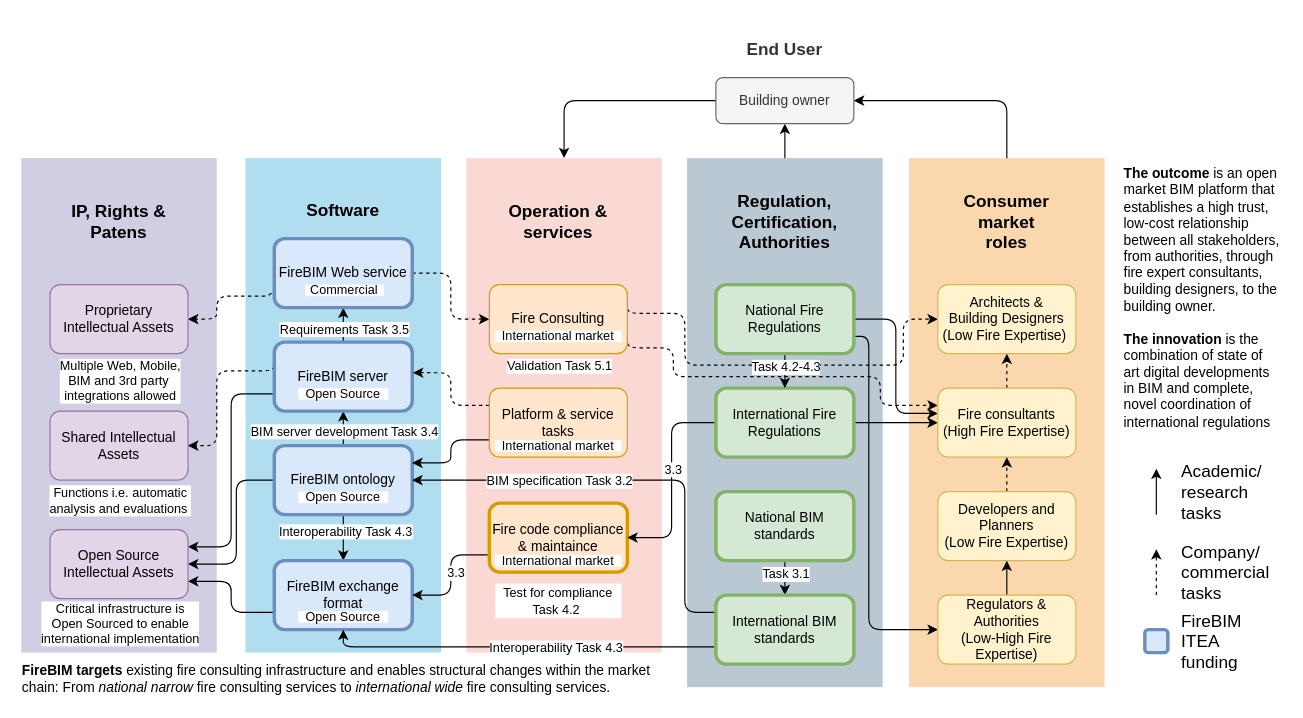
This is diagram/FireBIM Market Value Chain Lite.drawio from Kristoffernegendahl/fireBIM, a draw.io file, before an edit. Source tidied: cells renumbered, new cells numbered last; positions are measured from the earlier drawing's top-left corner, leaving out a move shared by most shapes. Both pictures are drawn from the tidied source at 115%, with x=0, y=0 at pixel (20, 20).
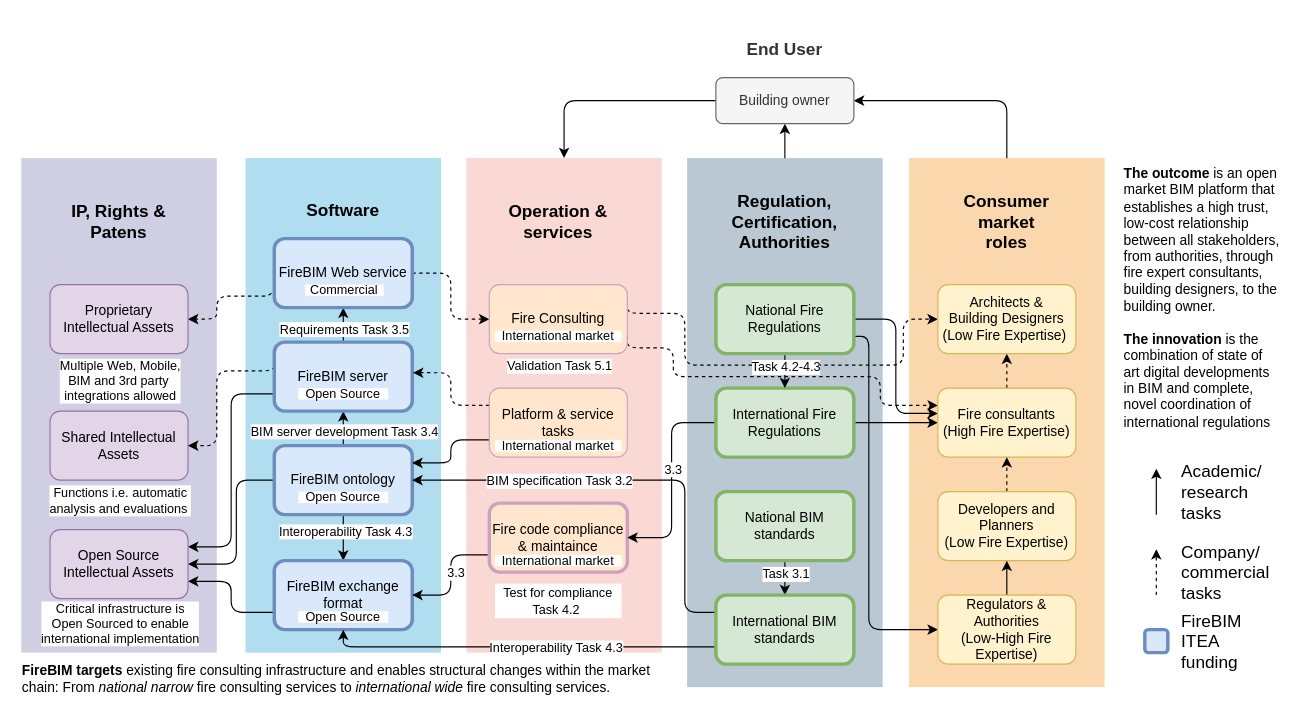
After the change.

What changed in the source:
```diff
@@
-    <mxCell id="27" value="Fire Consulting" style="rounded=1;whiteSpace=wrap;html=1;fillColor=#ffe6cc;strokeColor=#d79b00;" parent="1" vertex="1">
+    <mxCell id="27" value="Fire Consulting" style="rounded=1;whiteSpace=wrap;html=1;fillColor=#ffe6cc;strokeColor=#CDA2BE;" parent="1" vertex="1">
       <mxGeometry x="408" y="230" width="120" height="60" as="geometry" />
     </mxCell>
@@
-    <mxCell id="30" value="Platform &amp;amp; service tasks" style="rounded=1;whiteSpace=wrap;html=1;fillColor=#ffe6cc;strokeColor=#d79b00;" parent="1" vertex="1">
+    <mxCell id="30" value="Platform &amp;amp; service tasks" style="rounded=1;whiteSpace=wrap;html=1;fillColor=#ffe6cc;strokeColor=#CDA2BE;" parent="1" vertex="1">
       <mxGeometry x="408" y="320" width="120" height="60" as="geometry" />
     </mxCell>
@@
-    <mxCell id="33" value="Fire code compliance &amp;amp; maintaince" style="rounded=1;whiteSpace=wrap;html=1;fillColor=#ffe6cc;strokeColor=#d79b00;strokeWidth=3;" parent="1" vertex="1">
+    <mxCell id="33" value="Fire code compliance &amp;amp; maintaince" style="rounded=1;whiteSpace=wrap;html=1;fillColor=#ffe6cc;strokeColor=#CDA2BE;strokeWidth=3;" parent="1" vertex="1">
       <mxGeometry x="408" y="420" width="120" height="60" as="geometry" />
     </mxCell>
```
